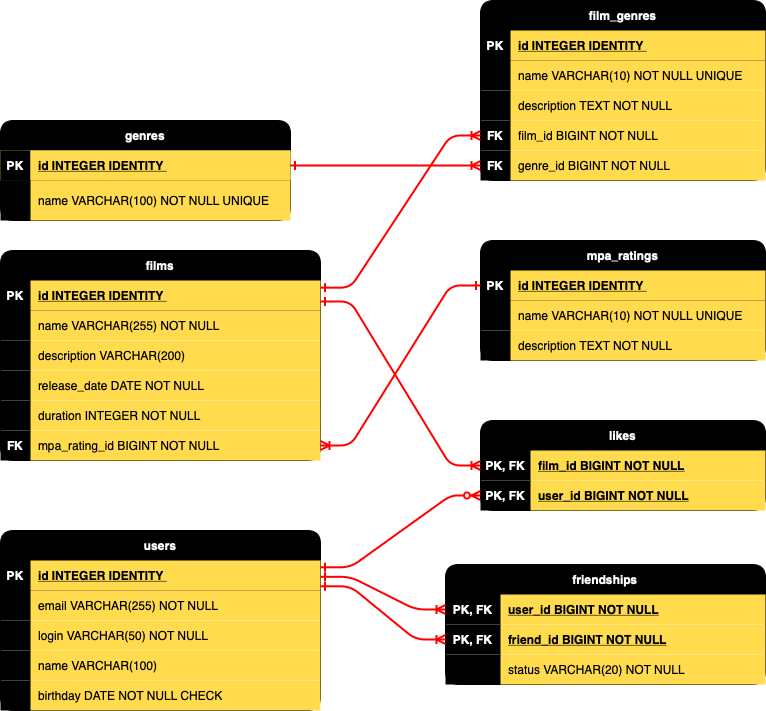
Above: assets/diagram/filmorateER.png in ToxicCritic/filmorate (draw.io), before the change. Source tidied: cells renumbered, new cells last; positions are measured from the earlier drawing's top-left corner, leaving out a move shared by most shapes.
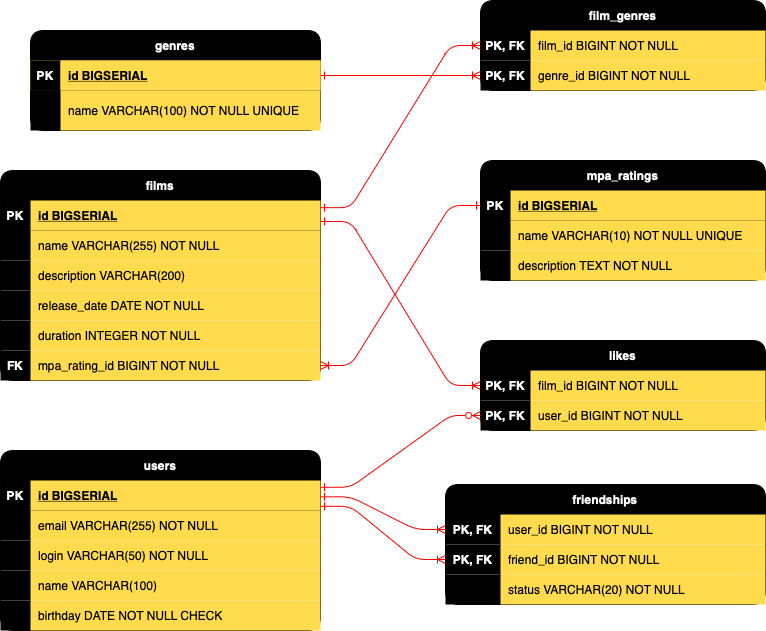
The same file after the commit.

Commit message:
Оптимизировать обращения к таблице Films, обновить ER-диаграмму

What changed in the source:
```diff
@@ -11,7 +11,7 @@
     <mxCell id="4" value="PK" style="shape=partialRectangle;overflow=hidden;fillColor=#000000;strokeColor=inherit;top=0;left=0;bottom=0;right=0;fontStyle=1;fontColor=#FFFFFF;" parent="3" vertex="1">
       <mxGeometry width="30" height="30" as="geometry" />
     </mxCell>
-    <mxCell id="5" value="id INTEGER IDENTITY " style="shape=partialRectangle;overflow=hidden;fillColor=#FFDB4D;align=left;strokeColor=inherit;top=0;left=0;bottom=0;right=0;spacingLeft=6;fontStyle=5;" parent="3" vertex="1">
+    <mxCell id="5" value="id BIGSERIAL " style="shape=partialRectangle;overflow=hidden;fillColor=#FFDB4D;align=left;strokeColor=inherit;top=0;left=0;bottom=0;right=0;spacingLeft=6;fontStyle=5;" parent="3" vertex="1">
       <mxGeometry x="30" width="290" height="30" as="geometry" />
     </mxCell>
     <mxCell id="6" style="shape=tableRow;horizontal=0;startSize=0;swimlaneHead=0;swimlaneBody=0;fillColor=none;strokeColor=inherit;top=0;left=0;right=0;bottom=0;" parent="2" vertex="1">
@@ -59,7 +59,7 @@
     <mxCell id="20" value="PK" style="shape=partialRectangle;overflow=hidden;fillColor=#000000;strokeColor=inherit;top=0;left=0;bottom=0;right=0;fontStyle=1;fontColor=#ffffff;" parent="19" vertex="1">
       <mxGeometry width="30" height="30" as="geometry" />
     </mxCell>
-    <mxCell id="21" value="id INTEGER IDENTITY " style="shape=partialRectangle;overflow=hidden;fillColor=#FFDB4D;align=left;strokeColor=inherit;top=0;left=0;bottom=0;right=0;spacingLeft=6;fontStyle=5;" parent="19" vertex="1">
+    <mxCell id="21" value="id BIGSERIAL " style="shape=partialRectangle;overflow=hidden;fillColor=#FFDB4D;align=left;strokeColor=inherit;top=0;left=0;bottom=0;right=0;spacingLeft=6;fontStyle=5;" parent="19" vertex="1">
       <mxGeometry x="30" width="290" height="30" as="geometry" />
     </mxCell>
     <mxCell id="22" style="shape=tableRow;horizontal=0;startSize=0;swimlaneHead=0;swimlaneBody=0;fillColor=none;strokeColor=inherit;top=0;left=0;right=0;bottom=0;" parent="18" vertex="1">
@@ -108,7 +108,7 @@
       <mxGeometry x="30" width="290" height="30" as="geometry" />
     </mxCell>
     <mxCell id="37" value="genres" style="shape=table;startSize=30;rowLines=0;fontStyle=1;align=center;fillStyle=auto;fillColor=#000000;fontColor=#FFFFFF;rounded=1;" parent="1" vertex="1">
-      <mxGeometry y="120" width="290" height="100" as="geometry" />
+      <mxGeometry x="30" y="110" width="290" height="100" as="geometry" />
     </mxCell>
     <mxCell id="38" style="shape=tableRow;horizontal=0;startSize=0;swimlaneHead=0;swimlaneBody=0;fillColor=#ffdb4d;points=[[0,0.5],[1,0.5]];portConstraint=eastwest;strokeColor=#36393d;top=0;left=0;right=0;bottom=1;swimlaneFillColor=none;" parent="37" vertex="1">
       <mxGeometry y="30" width="290" height="30" as="geometry" />
@@ -116,7 +116,7 @@
     <mxCell id="39" value="PK" style="shape=partialRectangle;overflow=hidden;fillColor=#000000;strokeColor=#36393d;top=0;left=0;bottom=0;right=0;fontStyle=1;fillStyle=solid;swimlaneFillColor=none;fontColor=#ffffff;" parent="38" vertex="1">
       <mxGeometry width="30" height="30" as="geometry" />
     </mxCell>
-    <mxCell id="40" value="id INTEGER IDENTITY " style="shape=partialRectangle;overflow=hidden;fillColor=#ffdb4d;align=left;strokeColor=#36393d;top=0;left=0;bottom=0;right=0;spacingLeft=6;fontStyle=5;swimlaneFillColor=none;" parent="38" vertex="1">
+    <mxCell id="40" value="id BIGSERIAL " style="shape=partialRectangle;overflow=hidden;fillColor=#ffdb4d;align=left;strokeColor=#36393d;top=0;left=0;bottom=0;right=0;spacingLeft=6;fontStyle=5;swimlaneFillColor=none;" parent="38" vertex="1">
       <mxGeometry x="30" width="260" height="30" as="geometry" />
     </mxCell>
     <mxCell id="41" style="shape=tableRow;horizontal=0;startSize=0;swimlaneHead=0;swimlaneBody=0;fillColor=none;strokeColor=#36393d;top=0;left=0;right=0;bottom=0;swimlaneFillColor=none;" parent="37" vertex="1">
@@ -129,52 +129,25 @@
       <mxGeometry x="30" width="260" height="40" as="geometry" />
     </mxCell>
     <mxCell id="44" value="film_genres" style="shape=table;startSize=30;rowLines=0;fontStyle=1;align=center;fillColor=#000000;fontColor=#FFFFFF;rounded=1;" parent="1" vertex="1">
-      <mxGeometry x="480" width="285" height="180" as="geometry" />
+      <mxGeometry x="480" y="80" width="285" height="90" as="geometry" />
     </mxCell>
-    <mxCell id="45" style="shape=tableRow;horizontal=0;startSize=0;swimlaneHead=0;swimlaneBody=0;fillColor=none;strokeColor=inherit;top=0;left=0;right=0;bottom=1;" parent="44" vertex="1">
-      <mxGeometry y="30" width="285" height="30" as="geometry" />
-    </mxCell>
-    <mxCell id="46" value="PK" style="shape=partialRectangle;overflow=hidden;fillColor=#000000;strokeColor=inherit;top=0;left=0;bottom=0;right=0;fontStyle=1;fontColor=#ffffff;" parent="45" vertex="1">
-      <mxGeometry width="30" height="30" as="geometry" />
-    </mxCell>
-    <mxCell id="47" value="id INTEGER IDENTITY " style="shape=partialRectangle;overflow=hidden;fillColor=#FFDB4D;align=left;strokeColor=inherit;top=0;left=0;bottom=0;right=0;spacingLeft=6;fontStyle=5;" parent="45" vertex="1">
-      <mxGeometry x="30" width="255" height="30" as="geometry" />
-    </mxCell>
-    <mxCell id="48" style="shape=tableRow;horizontal=0;startSize=0;swimlaneHead=0;swimlaneBody=0;fillColor=none;strokeColor=inherit;top=0;left=0;right=0;bottom=0;" parent="44" vertex="1">
-      <mxGeometry y="60" width="285" height="30" as="geometry" />
-    </mxCell>
-    <mxCell id="49" style="shape=partialRectangle;overflow=hidden;fillColor=#000000;strokeColor=inherit;top=0;left=0;bottom=0;right=0;fontColor=#ffffff;" parent="48" vertex="1">
-      <mxGeometry width="30" height="30" as="geometry" />
-    </mxCell>
-    <mxCell id="50" value="name VARCHAR(10) NOT NULL UNIQUE" style="shape=partialRectangle;overflow=hidden;fillColor=#FFDB4D;align=left;strokeColor=inherit;top=0;left=0;bottom=0;right=0;spacingLeft=6;" parent="48" vertex="1">
-      <mxGeometry x="30" width="255" height="30" as="geometry" />
-    </mxCell>
-    <mxCell id="51" style="shape=tableRow;horizontal=0;startSize=0;swimlaneHead=0;swimlaneBody=0;fillColor=none;strokeColor=inherit;top=0;left=0;right=0;bottom=0;" parent="44" vertex="1">
-      <mxGeometry y="90" width="285" height="30" as="geometry" />
-    </mxCell>
-    <mxCell id="52" style="shape=partialRectangle;overflow=hidden;fillColor=#000000;strokeColor=inherit;top=0;left=0;bottom=0;right=0;fontColor=#ffffff;" parent="51" vertex="1">
-      <mxGeometry width="30" height="30" as="geometry" />
-    </mxCell>
-    <mxCell id="53" value="description TEXT NOT NULL" style="shape=partialRectangle;overflow=hidden;fillColor=#FFDB4D;align=left;strokeColor=inherit;top=0;left=0;bottom=0;right=0;spacingLeft=6;" parent="51" vertex="1">
-      <mxGeometry x="30" width="255" height="30" as="geometry" />
-    </mxCell>
     <mxCell id="54" style="shape=tableRow;horizontal=0;startSize=0;swimlaneHead=0;swimlaneBody=0;fillColor=none;points=[[0,0.5],[1,0.5]];portConstraint=eastwest;strokeColor=inherit;top=0;left=0;right=0;bottom=0;" parent="44" vertex="1">
-      <mxGeometry y="120" width="285" height="30" as="geometry" />
+      <mxGeometry y="30" width="285" height="30" as="geometry" />
     </mxCell>
-    <mxCell id="55" value="FK" style="shape=partialRectangle;overflow=hidden;fillColor=#000000;strokeColor=inherit;top=0;left=0;bottom=0;right=0;fontColor=#ffffff;fontStyle=1;" parent="54" vertex="1">
-      <mxGeometry width="30" height="30" as="geometry" />
+    <mxCell id="55" value="PK, FK" style="shape=partialRectangle;overflow=hidden;fillColor=#000000;strokeColor=inherit;top=0;left=0;bottom=0;right=0;fontColor=#ffffff;fontStyle=1;" parent="54" vertex="1">
+      <mxGeometry width="50" height="30" as="geometry" />
     </mxCell>
     <mxCell id="56" value="film_id BIGINT NOT NULL" style="shape=partialRectangle;overflow=hidden;fillColor=#FFDB4D;align=left;strokeColor=inherit;top=0;left=0;bottom=0;right=0;spacingLeft=6;" parent="54" vertex="1">
-      <mxGeometry x="30" width="255" height="30" as="geometry" />
+      <mxGeometry x="50" width="235" height="30" as="geometry" />
     </mxCell>
     <mxCell id="57" style="shape=tableRow;horizontal=0;startSize=0;swimlaneHead=0;swimlaneBody=0;fillColor=none;points=[[0,0.5],[1,0.5]];portConstraint=eastwest;strokeColor=inherit;top=0;left=0;right=0;bottom=0;" parent="44" vertex="1">
-      <mxGeometry y="150" width="285" height="30" as="geometry" />
+      <mxGeometry y="60" width="285" height="30" as="geometry" />
     </mxCell>
-    <mxCell id="58" value="FK" style="shape=partialRectangle;overflow=hidden;fillColor=#000000;strokeColor=inherit;top=0;left=0;bottom=0;right=0;fontColor=#ffffff;fontStyle=1;" parent="57" vertex="1">
-      <mxGeometry width="30" height="30" as="geometry" />
+    <mxCell id="58" value="PK, FK" style="shape=partialRectangle;overflow=hidden;fillColor=#000000;strokeColor=inherit;top=0;left=0;bottom=0;right=0;fontColor=#ffffff;fontStyle=1;" parent="57" vertex="1">
+      <mxGeometry width="50" height="30" as="geometry" />
     </mxCell>
     <mxCell id="59" value="genre_id BIGINT NOT NULL" style="shape=partialRectangle;overflow=hidden;fillColor=#FFDB4D;align=left;strokeColor=inherit;top=0;left=0;bottom=0;right=0;spacingLeft=6;" parent="57" vertex="1">
-      <mxGeometry x="30" width="255" height="30" as="geometry" />
+      <mxGeometry x="50" width="235" height="30" as="geometry" />
     </mxCell>
     <mxCell id="60" value="likes" style="shape=table;startSize=30;rowLines=0;fontStyle=1;align=center;fillColor=#000000;fontColor=#FFFFFF;rounded=1;" parent="1" vertex="1">
       <mxGeometry x="480" y="420" width="285" height="90" as="geometry" />
@@ -185,7 +158,7 @@
     <mxCell id="62" value="PK, FK" style="shape=partialRectangle;overflow=hidden;fillColor=#000000;strokeColor=inherit;top=0;left=0;bottom=0;right=0;fontColor=#ffffff;fontStyle=1;" parent="61" vertex="1">
       <mxGeometry width="50" height="30" as="geometry" />
     </mxCell>
-    <mxCell id="63" value="film_id BIGINT NOT NULL" style="shape=partialRectangle;overflow=hidden;fillColor=#FFDB4D;align=left;strokeColor=inherit;top=0;left=0;bottom=0;right=0;spacingLeft=6;fontStyle=5;" parent="61" vertex="1">
+    <mxCell id="63" value="film_id BIGINT NOT NULL" style="shape=partialRectangle;overflow=hidden;fillColor=#FFDB4D;align=left;strokeColor=inherit;top=0;left=0;bottom=0;right=0;spacingLeft=6;" parent="61" vertex="1">
       <mxGeometry x="50" width="235" height="30" as="geometry" />
     </mxCell>
     <mxCell id="64" style="shape=tableRow;horizontal=0;startSize=0;swimlaneHead=0;swimlaneBody=0;fillColor=none;points=[[0,0.5],[1,0.5]];portConstraint=eastwest;strokeColor=inherit;top=0;left=0;right=0;bottom=0;" parent="60" vertex="1">
@@ -194,7 +167,7 @@
     <mxCell id="65" value="PK, FK" style="shape=partialRectangle;overflow=hidden;fillColor=#000000;strokeColor=inherit;top=0;left=0;bottom=0;right=0;fontColor=#FFFFFF;fontStyle=1;" parent="64" vertex="1">
       <mxGeometry width="50" height="30" as="geometry" />
     </mxCell>
-    <mxCell id="66" value="user_id BIGINT NOT NULL" style="shape=partialRectangle;overflow=hidden;fillColor=#FFDB4D;align=left;strokeColor=inherit;top=0;left=0;bottom=0;right=0;spacingLeft=6;fontStyle=5;" parent="64" vertex="1">
+    <mxCell id="66" value="user_id BIGINT NOT NULL" style="shape=partialRectangle;overflow=hidden;fillColor=#FFDB4D;align=left;strokeColor=inherit;top=0;left=0;bottom=0;right=0;spacingLeft=6;" parent="64" vertex="1">
       <mxGeometry x="50" width="235" height="30" as="geometry" />
     </mxCell>
     <mxCell id="67" value="friendships" style="shape=table;startSize=30;rowLines=0;fontStyle=1;align=center;fillColor=#000000;fontColor=#FFFFFF;rounded=1;" parent="1" vertex="1">
@@ -206,16 +179,16 @@
     <mxCell id="69" value="PK, FK" style="shape=partialRectangle;overflow=hidden;fillColor=#000000;strokeColor=inherit;top=0;left=0;bottom=0;right=0;fontColor=#ffffff;fontStyle=1;" parent="68" vertex="1">
       <mxGeometry width="55" height="30" as="geometry" />
     </mxCell>
-    <mxCell id="70" value="user_id BIGINT NOT NULL" style="shape=partialRectangle;overflow=hidden;fillColor=#FFDB4D;align=left;strokeColor=inherit;top=0;left=0;bottom=0;right=0;spacingLeft=6;fontStyle=5;" parent="68" vertex="1">
+    <mxCell id="70" value="user_id BIGINT NOT NULL" style="shape=partialRectangle;overflow=hidden;fillColor=#FFDB4D;align=left;strokeColor=inherit;top=0;left=0;bottom=0;right=0;spacingLeft=6;" parent="68" vertex="1">
       <mxGeometry x="55" width="265" height="30" as="geometry" />
     </mxCell>
-    <mxCell id="71" style="shape=tableRow;horizontal=0;startSize=0;swimlaneHead=0;swimlaneBody=0;fillColor=none;points=[[0,0.5],[1,0.5]];portConstraint=eastwest;strokeColor=inherit;top=0;left=0;right=0;bottom=0;fontStyle=4;" parent="67" vertex="1">
+    <mxCell id="71" style="shape=tableRow;horizontal=0;startSize=0;swimlaneHead=0;swimlaneBody=0;fillColor=none;points=[[0,0.5],[1,0.5]];portConstraint=eastwest;strokeColor=inherit;top=0;left=0;right=0;bottom=0;" parent="67" vertex="1">
       <mxGeometry y="60" width="320" height="30" as="geometry" />
     </mxCell>
     <mxCell id="72" value="PK, FK" style="shape=partialRectangle;overflow=hidden;fillColor=#000000;strokeColor=inherit;top=0;left=0;bottom=0;right=0;fontColor=#ffffff;fontStyle=1;" parent="71" vertex="1">
       <mxGeometry width="55" height="30" as="geometry" />
     </mxCell>
-    <mxCell id="73" value="friend_id BIGINT NOT NULL" style="shape=partialRectangle;overflow=hidden;fillColor=#FFDB4D;align=left;strokeColor=inherit;top=0;left=0;bottom=0;right=0;spacingLeft=6;fontStyle=5;" parent="71" vertex="1">
+    <mxCell id="73" value="friend_id BIGINT NOT NULL" style="shape=partialRectangle;overflow=hidden;fillColor=#FFDB4D;align=left;strokeColor=inherit;top=0;left=0;bottom=0;right=0;spacingLeft=6;" parent="71" vertex="1">
       <mxGeometry x="55" width="265" height="30" as="geometry" />
     </mxCell>
     <mxCell id="74" style="shape=tableRow;horizontal=0;startSize=0;swimlaneHead=0;swimlaneBody=0;fillColor=none;strokeColor=inherit;top=0;left=0;right=0;bottom=0;" parent="67" vertex="1">
@@ -227,14 +200,14 @@
     <mxCell id="76" value="status VARCHAR(20) NOT NULL" style="shape=partialRectangle;overflow=hidden;fillColor=#FFDB4D;align=left;strokeColor=inherit;top=0;left=0;bottom=0;right=0;spacingLeft=6;" parent="74" vertex="1">
       <mxGeometry x="55" width="265" height="30" as="geometry" />
     </mxCell>
-    <mxCell id="77" style="edgeStyle=entityRelationEdgeStyle;fontSize=12;html=1;endArrow=ERzeroToMany;rounded=1;exitX=1;exitY=0.226;exitDx=0;exitDy=0;entryX=0;entryY=0.5;entryDx=0;entryDy=0;exitPerimeter=0;endFill=0;startArrow=ERone;startFill=0;curved=0;fillColor=#a20025;strokeColor=#ff0000;strokeWidth=2;" parent="1" edge="1" source="3" target="64">
+    <mxCell id="77" style="edgeStyle=entityRelationEdgeStyle;fontSize=12;html=1;endArrow=ERzeroToMany;rounded=1;exitX=1;exitY=0.226;exitDx=0;exitDy=0;entryX=0;entryY=0.5;entryDx=0;entryDy=0;exitPerimeter=0;endFill=0;startArrow=ERone;startFill=0;curved=0;fillColor=#a20025;strokeColor=#ff0000;" parent="1" edge="1" source="3" target="64">
       <mxGeometry relative="1" as="geometry">
         <Array as="points">
           <mxPoint x="480" y="270" />
         </Array>
       </mxGeometry>
     </mxCell>
-    <mxCell id="78" style="edgeStyle=entityRelationEdgeStyle;fontSize=12;html=1;endArrow=ERoneToMany;rounded=1;exitX=1;exitY=0.5;exitDx=0;exitDy=0;entryX=0;entryY=0.5;entryDx=0;entryDy=0;startArrow=ERone;startFill=0;curved=0;fillColor=#a20025;strokeColor=#ff0000;strokeWidth=2;" parent="1" edge="1" target="61">
+    <mxCell id="78" style="edgeStyle=entityRelationEdgeStyle;fontSize=12;html=1;endArrow=ERoneToMany;rounded=1;exitX=1;exitY=0.5;exitDx=0;exitDy=0;entryX=0;entryY=0.5;entryDx=0;entryDy=0;startArrow=ERone;startFill=0;curved=0;fillColor=#a20025;strokeColor=#ff0000;" parent="1" edge="1" target="61">
       <mxGeometry relative="1" as="geometry">
         <mxPoint x="320" y="301" as="sourcePoint" />
         <Array as="points">
@@ -242,7 +215,7 @@
         </Array>
       </mxGeometry>
     </mxCell>
-    <mxCell id="79" style="edgeStyle=entityRelationEdgeStyle;fontSize=12;html=1;endArrow=ERoneToMany;rounded=1;entryX=0;entryY=0.5;entryDx=0;entryDy=0;exitX=1;exitY=0.544;exitDx=0;exitDy=0;startArrow=ERone;startFill=0;exitPerimeter=0;curved=0;fillColor=#a20025;strokeColor=#ff0000;strokeWidth=2;" parent="1" edge="1" source="3" target="68">
+    <mxCell id="79" style="edgeStyle=entityRelationEdgeStyle;fontSize=12;html=1;endArrow=ERoneToMany;rounded=1;entryX=0;entryY=0.5;entryDx=0;entryDy=0;exitX=1;exitY=0.544;exitDx=0;exitDy=0;startArrow=ERone;startFill=0;exitPerimeter=0;curved=0;fillColor=#a20025;strokeColor=#ff0000;" parent="1" edge="1" source="3" target="68">
       <mxGeometry relative="1" as="geometry">
         <Array as="points">
           <mxPoint x="340" y="580" />
@@ -250,7 +223,7 @@
         </Array>
       </mxGeometry>
     </mxCell>
-    <mxCell id="80" style="edgeStyle=entityRelationEdgeStyle;fontSize=12;html=1;endArrow=ERoneToMany;rounded=1;exitX=1.004;exitY=0.772;exitDx=0;exitDy=0;exitPerimeter=0;entryX=0;entryY=0.5;entryDx=0;entryDy=0;startArrow=ERone;startFill=0;curved=0;fillColor=#a20025;strokeColor=#ff0000;strokeWidth=2;" parent="1" edge="1" target="54">
+    <mxCell id="80" style="edgeStyle=entityRelationEdgeStyle;fontSize=12;html=1;endArrow=ERoneToMany;rounded=1;exitX=1.004;exitY=0.772;exitDx=0;exitDy=0;exitPerimeter=0;entryX=0;entryY=0.5;entryDx=0;entryDy=0;startArrow=ERone;startFill=0;curved=0;fillColor=#a20025;strokeColor=#ff0000;" parent="1" edge="1" target="54">
       <mxGeometry relative="1" as="geometry">
         <mxPoint x="320" y="287.2" as="sourcePoint" />
         <Array as="points">
@@ -260,7 +233,7 @@
         </Array>
       </mxGeometry>
     </mxCell>
-    <mxCell id="81" style="edgeStyle=entityRelationEdgeStyle;fontSize=12;html=1;endArrow=ERone;rounded=0;exitX=0;exitY=0.5;exitDx=0;exitDy=0;entryX=1;entryY=0.5;entryDx=0;entryDy=0;endFill=0;startArrow=ERoneToMany;startFill=0;fillColor=#a20025;strokeColor=#ff0000;strokeWidth=2;" parent="1" edge="1" source="57" target="38">
+    <mxCell id="81" style="edgeStyle=entityRelationEdgeStyle;fontSize=12;html=1;endArrow=ERone;rounded=0;exitX=0;exitY=0.5;exitDx=0;exitDy=0;entryX=1;entryY=0.5;entryDx=0;entryDy=0;endFill=0;startArrow=ERoneToMany;startFill=0;fillColor=#a20025;strokeColor=#ff0000;" parent="1" edge="1" source="57" target="38">
       <mxGeometry relative="1" as="geometry" />
     </mxCell>
     <mxCell id="82" value="mpa_ratings" style="shape=table;startSize=30;rowLines=0;fontStyle=1;align=center;fillColor=#000000;fontColor=#FFFFFF;rounded=1;" parent="1" vertex="1">
@@ -272,7 +245,7 @@
     <mxCell id="84" value="PK" style="shape=partialRectangle;overflow=hidden;fillColor=#000000;strokeColor=inherit;top=0;left=0;bottom=0;right=0;fontStyle=1;fontColor=#ffffff;" parent="83" vertex="1">
       <mxGeometry width="30" height="30" as="geometry" />
     </mxCell>
-    <mxCell id="85" value="id INTEGER IDENTITY " style="shape=partialRectangle;overflow=hidden;fillColor=#FFDB4D;align=left;strokeColor=inherit;top=0;left=0;bottom=0;right=0;spacingLeft=6;fontStyle=5;" parent="83" vertex="1">
+    <mxCell id="85" value="id BIGSERIAL " style="shape=partialRectangle;overflow=hidden;fillColor=#FFDB4D;align=left;strokeColor=inherit;top=0;left=0;bottom=0;right=0;spacingLeft=6;fontStyle=5;" parent="83" vertex="1">
       <mxGeometry x="30" width="255" height="30" as="geometry" />
     </mxCell>
     <mxCell id="86" style="shape=tableRow;horizontal=0;startSize=0;swimlaneHead=0;swimlaneBody=0;fillColor=none;strokeColor=inherit;top=0;left=0;right=0;bottom=0;" parent="82" vertex="1">
@@ -293,10 +266,10 @@
     <mxCell id="91" value="description TEXT NOT NULL" style="shape=partialRectangle;overflow=hidden;fillColor=#FFDB4D;align=left;strokeColor=inherit;top=0;left=0;bottom=0;right=0;spacingLeft=6;" parent="89" vertex="1">
       <mxGeometry x="30" width="255" height="30" as="geometry" />
     </mxCell>
-    <mxCell id="92" style="edgeStyle=entityRelationEdgeStyle;fontSize=12;html=1;endArrow=ERone;rounded=1;exitX=1;exitY=0.5;exitDx=0;exitDy=0;entryX=0;entryY=0.5;entryDx=0;entryDy=0;endFill=0;startArrow=ERoneToMany;startFill=0;curved=0;fillColor=#a20025;strokeColor=#ff0000;strokeWidth=2;" parent="1" edge="1" source="34" target="83">
+    <mxCell id="92" style="edgeStyle=entityRelationEdgeStyle;fontSize=12;html=1;endArrow=ERone;rounded=1;exitX=1;exitY=0.5;exitDx=0;exitDy=0;entryX=0;entryY=0.5;entryDx=0;entryDy=0;endFill=0;startArrow=ERoneToMany;startFill=0;curved=0;fillColor=#a20025;strokeColor=#ff0000;" parent="1" edge="1" source="34" target="83">
       <mxGeometry relative="1" as="geometry" />
     </mxCell>
-    <mxCell id="93" style="edgeStyle=entityRelationEdgeStyle;fontSize=12;html=1;endArrow=ERoneToMany;rounded=1;entryX=0;entryY=0.5;entryDx=0;entryDy=0;exitX=1;exitY=0.86;exitDx=0;exitDy=0;exitPerimeter=0;startArrow=ERone;startFill=0;curved=0;fillColor=#a20025;strokeColor=#ff0000;strokeWidth=2;" parent="1" edge="1" source="3" target="71">
+    <mxCell id="93" style="edgeStyle=entityRelationEdgeStyle;fontSize=12;html=1;endArrow=ERoneToMany;rounded=1;entryX=0;entryY=0.5;entryDx=0;entryDy=0;exitX=1;exitY=0.86;exitDx=0;exitDy=0;exitPerimeter=0;startArrow=ERone;startFill=0;curved=0;fillColor=#a20025;strokeColor=#ff0000;" parent="1" edge="1" source="3" target="71">
       <mxGeometry relative="1" as="geometry">
         <Array as="points">
           <mxPoint x="510" y="730" />
```
